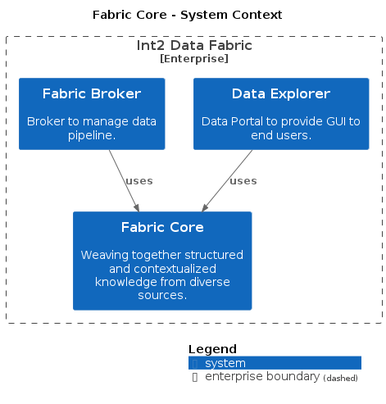
Earlier version of the PlantUML export master/png/SystemContext.png (IntellectusCorp/data-fabric-docs).
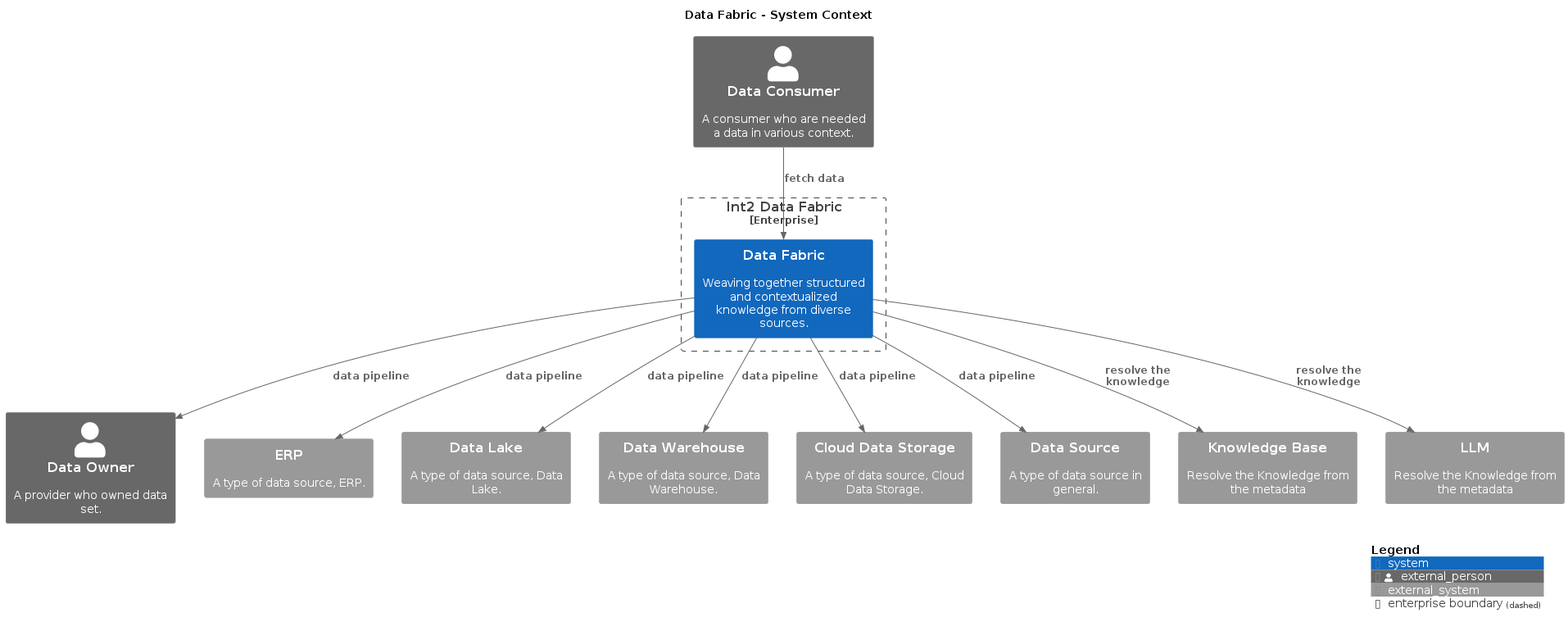
The same file after the commit.

The edit, as a diff of the source:
```diff
@@ -1,6 +1,6 @@
 @startuml
 set separator none
-title Fabric Core - System Context
+title Data Fabric - System Context
 
 top to bottom direction
 
@@ -8,14 +8,28 @@
 !include <C4/C4_Context>
 
 Enterprise_Boundary(enterprise, "Int2 Data Fabric") {
-  System(DataExplorer, "Data Explorer", "Data Portal to provide GUI to end users.", $tags="")
-  System(FabricBroker, "Fabric Broker", "Broker to manage data pipeline.", $tags="")
-  System(FabricCore, "Fabric Core", "Weaving together structured and contextualized knowledge from diverse sources.", $tags="")
+  System(DataFabric, "Data Fabric", "Weaving together structured and contextualized knowledge from diverse sources.", $tags="")
 }
 
+Person_Ext(DataConsumer, "Data Consumer", "A consumer who are needed a data in various context.", $tags="")
+Person_Ext(DataOwner, "Data Owner", "A provider who owned data set.", $tags="")
+System_Ext(ERP, "ERP", "A type of data source, ERP.", $tags="")
+System_Ext(DataLake, "Data Lake", "A type of data source, Data Lake.", $tags="")
+System_Ext(DataWarehouse, "Data Warehouse", "A type of data source, Data Warehouse.", $tags="")
+System_Ext(CloudDataStorage, "Cloud Data Storage", "A type of data source, Cloud Data Storage.", $tags="")
+System_Ext(DataSource, "Data Source", "A type of data source in general.", $tags="")
+System_Ext(KnowledgeBase, "Knowledge Base", "Resolve the Knowledge from the metadata", $tags="")
+System_Ext(LLM, "LLM", "Resolve the Knowledge from the metadata", $tags="")
 
-Rel_D(DataExplorer, FabricCore, "uses", $tags="")
-Rel_D(FabricBroker, FabricCore, "uses", $tags="")
+Rel_D(DataConsumer, DataFabric, "fetch data", $tags="")
+Rel_D(DataFabric, KnowledgeBase, "resolve the knowledge", $tags="")
+Rel_D(DataFabric, LLM, "resolve the knowledge", $tags="")
+Rel_D(DataFabric, DataOwner, "data pipeline", $tags="")
+Rel_D(DataFabric, ERP, "data pipeline", $tags="")
+Rel_D(DataFabric, DataLake, "data pipeline", $tags="")
+Rel_D(DataFabric, DataWarehouse, "data pipeline", $tags="")
+Rel_D(DataFabric, CloudDataStorage, "data pipeline", $tags="")
+Rel_D(DataFabric, DataSource, "data pipeline", $tags="")
 
 SHOW_LEGEND(true)
 @enduml
```
